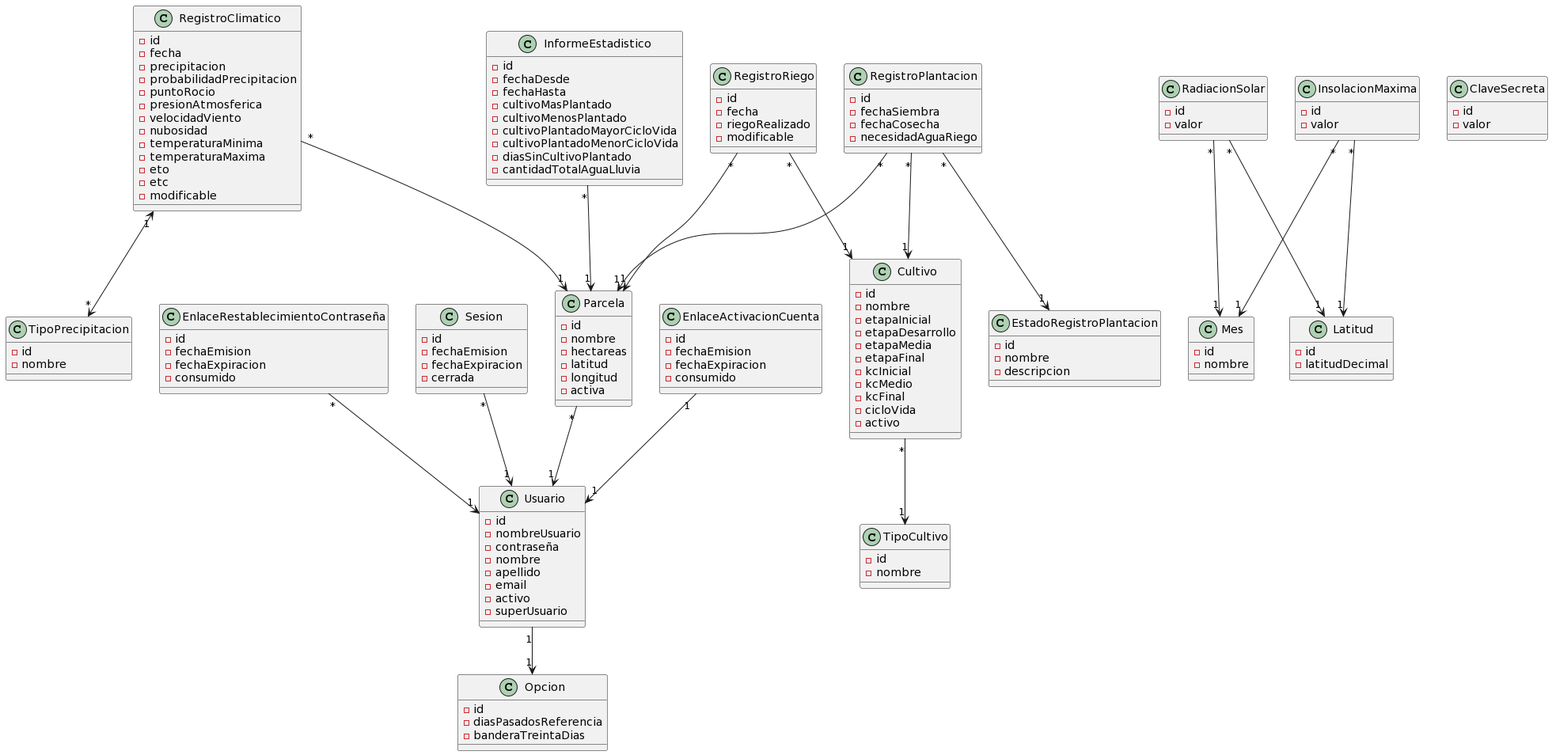
This is docs/domain model/Modelo de dominio.png from facundopaez-dev/sistema-web-riego, a PlantUML export, as it was before one commit.
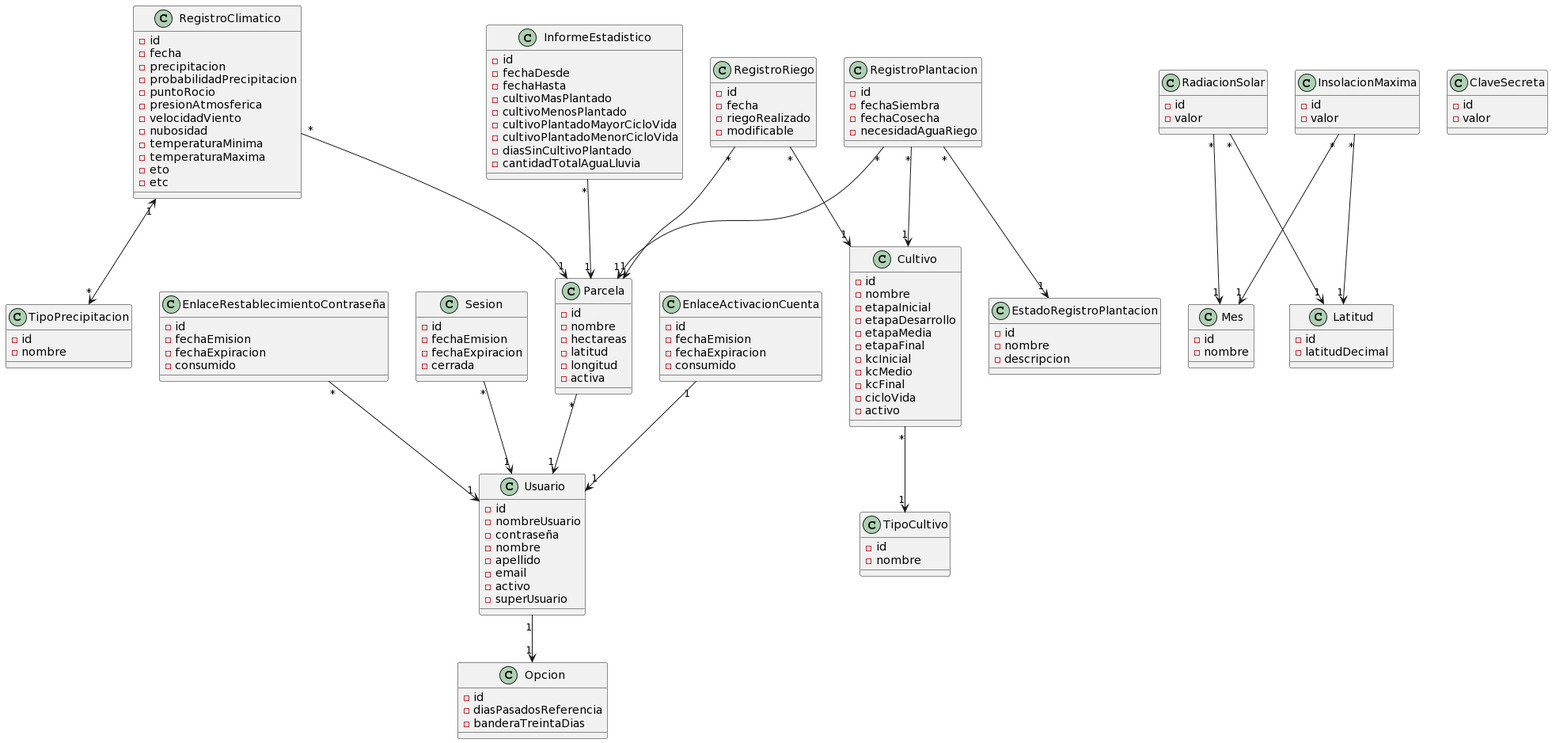
The same diagram one commit later.

Commit message:
Atributo modifiable eliminado del modelo de datos del registro climático

What changed in the source:
```diff
@@ -71,7 +71,6 @@
 -temperaturaMaxima
 -eto
 -etc
--modificable
 }
 
 class TipoPrecipitacion {
```
